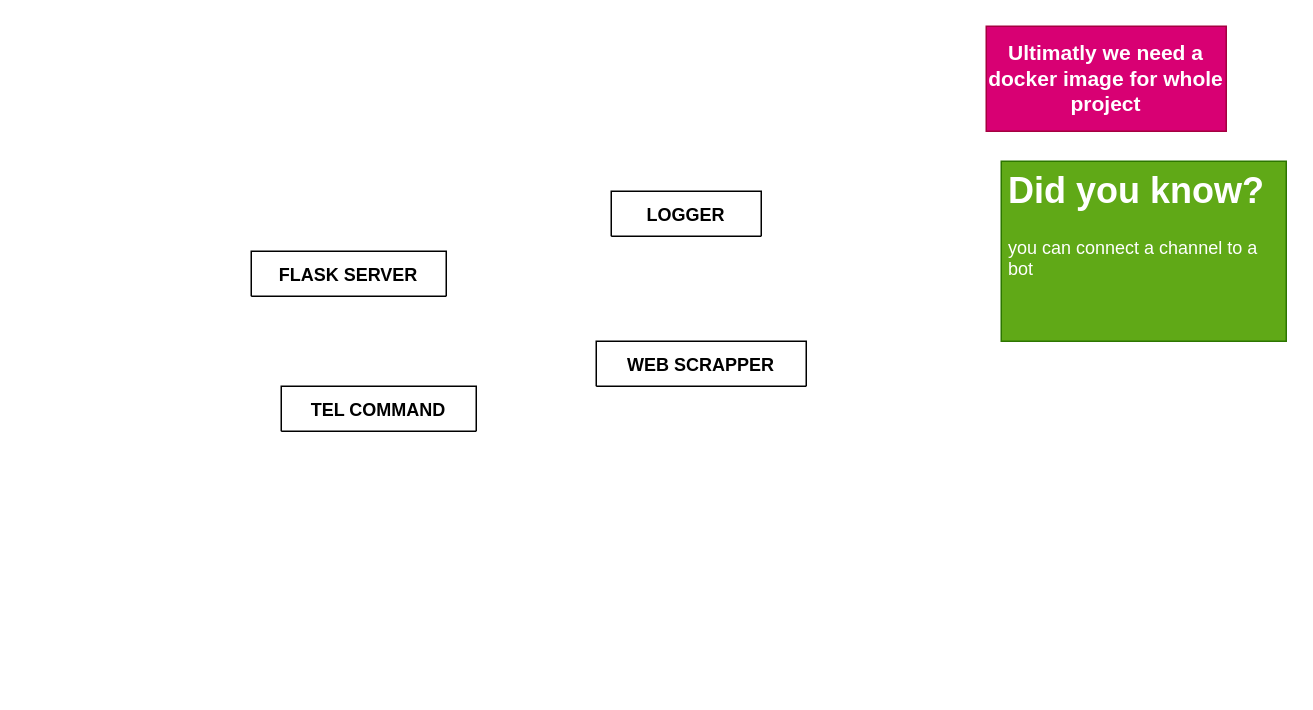
This is mywiki/projectuml.drawio from alirezaarmn/web_scrapy, a draw.io file, before an edit. Source tidied: cells renumbered, new cells numbered last; positions are measured from the earlier drawing's top-left corner, leaving out a move shared by most shapes. Both pictures are drawn from the tidied source at 150%, with x=0, y=0 at pixel (250, 26).
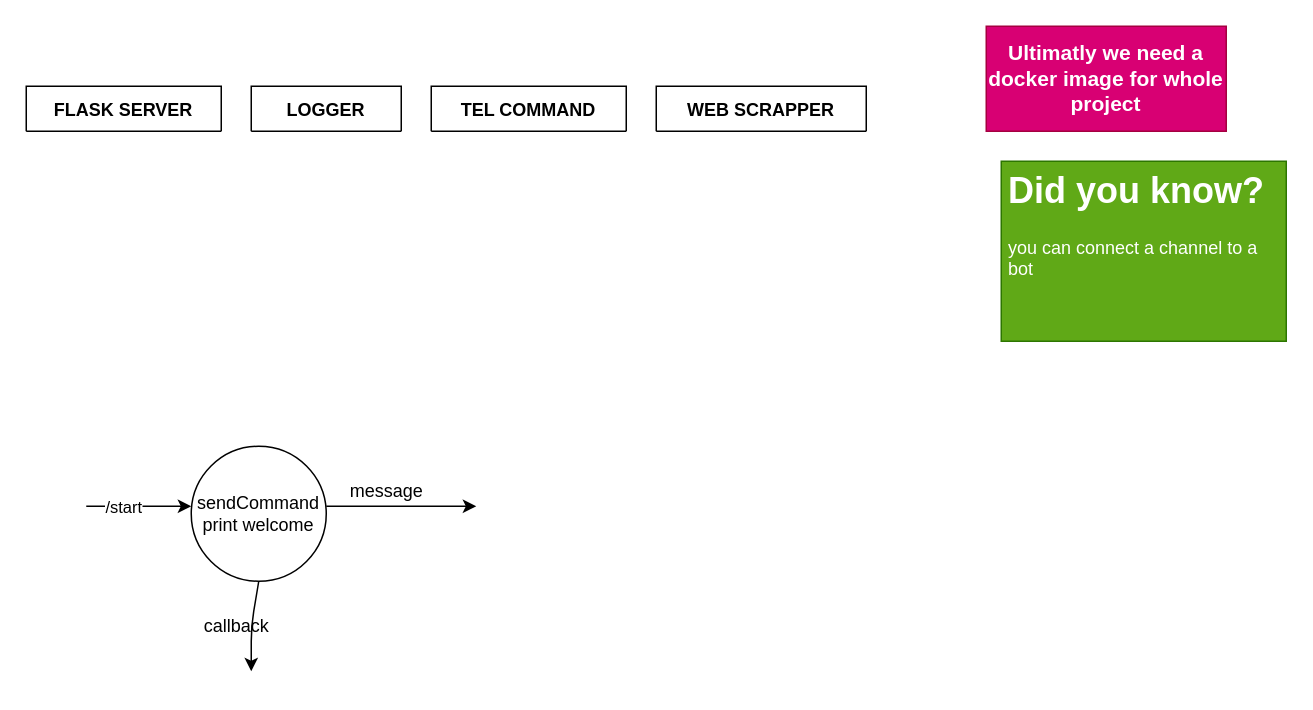
Above is the later version.

The edit, as a diff of the source:
```diff
@@
 <mxGraphModel>
   <root>
     <mxCell id="0" />
     <mxCell id="1" parent="0" />
     <mxCell id="2" value="&lt;h1&gt;&lt;span style=&quot;background-color: initial;&quot;&gt;Did you know?&lt;/span&gt;&lt;br&gt;&lt;/h1&gt;&lt;div&gt;you can connect a channel to a bot&lt;/div&gt;" style="text;html=1;strokeColor=#2D7600;fillColor=#60a917;spacing=5;spacingTop=-20;whiteSpace=wrap;overflow=hidden;rounded=0;fontColor=#ffffff;" parent="1" vertex="1">
       <mxGeometry x="500" y="90" width="190" height="120" as="geometry" />
     </mxCell>
     <mxCell id="3" value="&lt;b&gt;&lt;font style=&quot;font-size: 14px;&quot;&gt;Ultimatly we need a docker image for whole project&lt;/font&gt;&lt;/b&gt;" style="text;html=1;strokeColor=#A50040;fillColor=#d80073;align=center;verticalAlign=middle;whiteSpace=wrap;rounded=0;fontColor=#ffffff;" parent="1" vertex="1">
       <mxGeometry x="490" width="160" height="70" as="geometry" />
     </mxCell>
     <mxCell id="4" value="&lt;b style=&quot;&quot;&gt;&lt;font style=&quot;font-size: 12px;&quot;&gt;LOGGER&lt;/font&gt;&lt;/b&gt;" style="swimlane;fontStyle=0;horizontal=1;startSize=30;whiteSpace=wrap;html=1;fontSize=14;" parent="1" vertex="1" collapsed="1">
-      <mxGeometry x="240" y="110" width="100" height="30" as="geometry" />
+      <mxGeometry y="40" width="100" height="30" as="geometry" />
     </mxCell>
     <mxCell id="5" value="&lt;b style=&quot;font-size: 12px;&quot;&gt;WEB SCRAPPER&lt;/b&gt;" style="swimlane;fontStyle=0;horizontal=1;startSize=30;whiteSpace=wrap;html=1;fontSize=14;" parent="1" vertex="1" collapsed="1">
-      <mxGeometry x="230" y="210" width="140" height="30" as="geometry" />
+      <mxGeometry x="270" y="40" width="140" height="30" as="geometry" />
     </mxCell>
     <mxCell id="6" value="&lt;span style=&quot;font-size: 12px;&quot;&gt;&lt;b&gt;FLASK SERVER&lt;/b&gt;&lt;/span&gt;" style="swimlane;fontStyle=0;horizontal=1;startSize=30;whiteSpace=wrap;html=1;fontSize=14;" parent="1" vertex="1" collapsed="1">
-      <mxGeometry y="150" width="130" height="30" as="geometry" />
+      <mxGeometry x="-150" y="40" width="130" height="30" as="geometry" />
     </mxCell>
     <mxCell id="7" value="&lt;span style=&quot;font-size: 12px;&quot;&gt;&lt;b&gt;TEL COMMAND&lt;/b&gt;&lt;/span&gt;" style="swimlane;fontStyle=0;horizontal=1;startSize=30;whiteSpace=wrap;html=1;fontSize=14;" parent="1" vertex="1" collapsed="1">
-      <mxGeometry x="20" y="240" width="130" height="30" as="geometry" />
+      <mxGeometry x="120" y="40" width="130" height="30" as="geometry" />
     </mxCell>
+    <mxCell id="8" value="sendCommand&lt;br&gt;print welcome" style="ellipse;whiteSpace=wrap;html=1;" parent="1" vertex="1">
+      <mxGeometry x="-40" y="280" width="90" height="90" as="geometry" />
+    </mxCell>
+    <mxCell id="9" style="endArrow=classic;html=1;" parent="1" edge="1">
+      <mxGeometry relative="1" as="geometry">
+        <mxPoint x="-110" y="320" as="sourcePoint" />
+        <mxPoint x="-40" y="320" as="targetPoint" />
+      </mxGeometry>
+    </mxCell>
+    <mxCell id="10" value="/start" style="edgeLabel;html=1;align=center;verticalAlign=middle;" parent="9" vertex="1">
+      <mxGeometry x="-0.31" relative="1" as="geometry" />
+    </mxCell>
+    <mxCell id="11" style="endArrow=classic;html=1;exitX=0.5;exitY=1;exitDx=0;exitDy=0;" parent="1" edge="1" source="8">
+      <mxGeometry relative="1" as="geometry">
+        <mxPoint y="430" as="targetPoint" />
+        <Array as="points">
+          <mxPoint y="400" />
+        </Array>
+      </mxGeometry>
+    </mxCell>
+    <mxCell id="12" value="callback" style="text;html=1;align=center;verticalAlign=middle;strokeColor=none;fillColor=none;" parent="1" vertex="1">
+      <mxGeometry x="-45" y="385" width="70" height="30" as="geometry" />
+    </mxCell>
+    <mxCell id="13" style="endArrow=classic;html=1;" parent="1" edge="1">
+      <mxGeometry relative="1" as="geometry">
+        <mxPoint x="50" y="320" as="sourcePoint" />
+        <mxPoint x="150" y="320" as="targetPoint" />
+      </mxGeometry>
+    </mxCell>
+    <mxCell id="14" value="message" style="text;html=1;align=center;verticalAlign=middle;strokeColor=none;fillColor=none;" parent="1" vertex="1">
+      <mxGeometry x="55" y="295" width="70" height="30" as="geometry" />
+    </mxCell>
   </root>
 </mxGraphModel>
```
